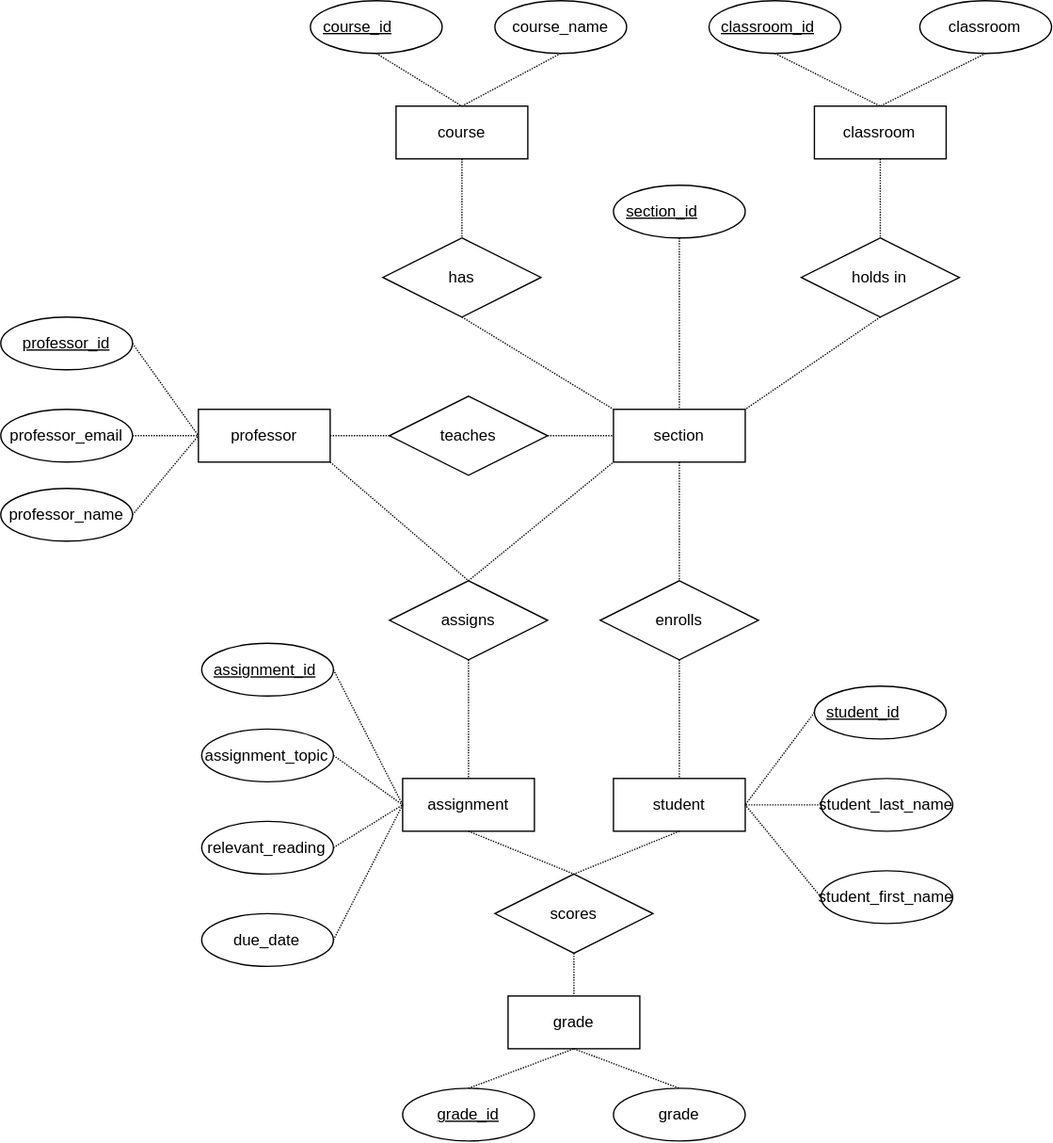
dbdesign-students-spring2024/5-database-design-shaw2065 keeps this draw.io diagram as images/ERDiagram.svg. Above is the earlier version. Source tidied: cells renumbered, new cells last; positions are measured from the earlier drawing's top-left corner, leaving out a move shared by most shapes.
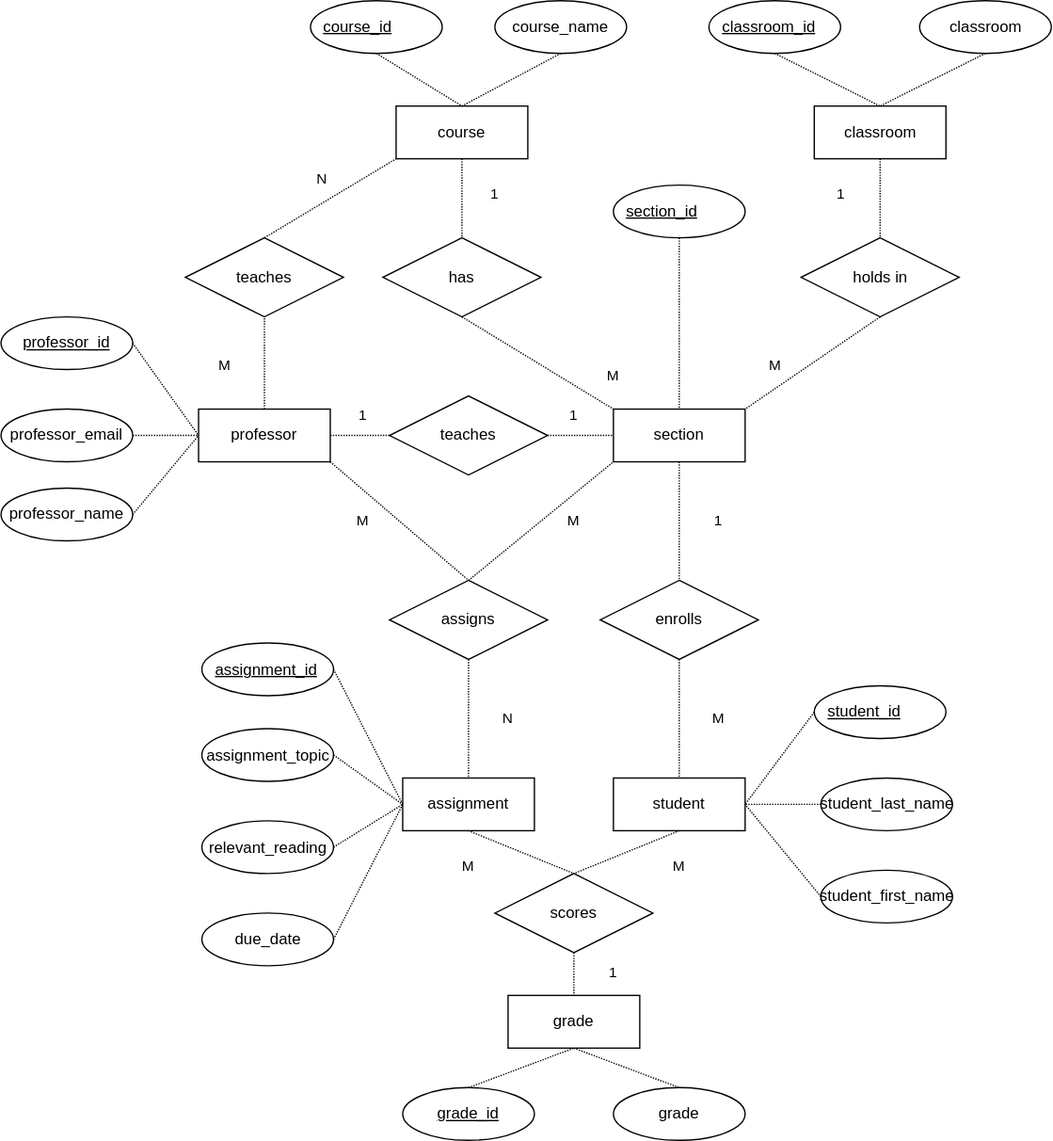
The same diagram one commit later.

Diff of the diagram source:
```diff
@@ -20,6 +20,9 @@
     <mxCell id="7" style="edgeStyle=none;rounded=0;jettySize=auto;html=1;exitX=1;exitY=1;exitDx=0;exitDy=0;entryX=0.5;entryY=0;entryDx=0;entryDy=0;dashed=1;dashPattern=1 1;strokeColor=default;align=center;verticalAlign=middle;fontFamily=Helvetica;fontSize=11;fontColor=default;labelBackgroundColor=default;endArrow=none;endFill=0;" parent="1" edge="1" source="8" target="58">
       <mxGeometry relative="1" as="geometry" />
     </mxCell>
+    <mxCell id="63" style="edgeStyle=none;rounded=0;jettySize=auto;html=1;exitX=0.5;exitY=0;exitDx=0;exitDy=0;entryX=0.5;entryY=1;entryDx=0;entryDy=0;dashed=1;dashPattern=1 1;strokeColor=default;align=center;verticalAlign=middle;fontFamily=Helvetica;fontSize=11;fontColor=default;labelBackgroundColor=default;endArrow=none;endFill=0;" parent="1" edge="1" source="8" target="65">
+      <mxGeometry relative="1" as="geometry" />
+    </mxCell>
     <mxCell id="8" value="professor" style="whiteSpace=wrap;html=1;align=center;strokeColor=#000000;fillColor=none;fontColor=default;" parent="1" vertex="1">
       <mxGeometry x="150" y="310" width="100" height="40" as="geometry" />
     </mxCell>
@@ -185,5 +188,59 @@
     <mxCell id="62" value="grade_id" style="ellipse;whiteSpace=wrap;html=1;align=center;fontStyle=4;strokeColor=#000000;fillColor=none;fontColor=default;" parent="1" vertex="1">
       <mxGeometry x="305" y="825" width="100" height="40" as="geometry" />
     </mxCell>
+    <mxCell id="64" style="edgeStyle=none;rounded=0;jettySize=auto;html=1;exitX=0.5;exitY=0;exitDx=0;exitDy=0;entryX=0;entryY=1;entryDx=0;entryDy=0;dashed=1;dashPattern=1 1;strokeColor=default;align=center;verticalAlign=middle;fontFamily=Helvetica;fontSize=11;fontColor=default;labelBackgroundColor=default;endArrow=none;endFill=0;" parent="1" edge="1" source="65" target="24">
+      <mxGeometry relative="1" as="geometry" />
+    </mxCell>
+    <mxCell id="65" value="teaches" style="shape=rhombus;perimeter=rhombusPerimeter;whiteSpace=wrap;html=1;align=center;strokeColor=#000000;fillColor=none;fontColor=default;" parent="1" vertex="1">
+      <mxGeometry x="140" y="180" width="120" height="60" as="geometry" />
+    </mxCell>
+    <mxCell id="66" value="1" style="text;html=1;align=center;verticalAlign=middle;whiteSpace=wrap;rounded=0;fontFamily=Helvetica;fontSize=11;fontColor=default;labelBackgroundColor=default;" parent="1" vertex="1">
+      <mxGeometry x="345" y="132" width="60" height="30" as="geometry" />
+    </mxCell>
+    <mxCell id="67" value="M" style="text;html=1;align=center;verticalAlign=middle;whiteSpace=wrap;rounded=0;fontFamily=Helvetica;fontSize=11;fontColor=default;labelBackgroundColor=default;" parent="1" vertex="1">
+      <mxGeometry x="140" y="262" width="60" height="30" as="geometry" />
+    </mxCell>
+    <mxCell id="68" value="N" style="text;html=1;align=center;verticalAlign=middle;whiteSpace=wrap;rounded=0;fontFamily=Helvetica;fontSize=11;fontColor=default;labelBackgroundColor=default;" parent="1" vertex="1">
+      <mxGeometry x="214" y="120" width="60" height="30" as="geometry" />
+    </mxCell>
+    <mxCell id="69" value="M" style="text;html=1;align=center;verticalAlign=middle;whiteSpace=wrap;rounded=0;fontFamily=Helvetica;fontSize=11;fontColor=default;labelBackgroundColor=default;" parent="1" vertex="1">
+      <mxGeometry x="435" y="270" width="60" height="30" as="geometry" />
+    </mxCell>
+    <mxCell id="70" value="1" style="text;html=1;align=center;verticalAlign=middle;whiteSpace=wrap;rounded=0;fontFamily=Helvetica;fontSize=11;fontColor=default;labelBackgroundColor=default;" parent="1" vertex="1">
+      <mxGeometry x="245" y="300" width="60" height="30" as="geometry" />
+    </mxCell>
+    <mxCell id="71" value="1" style="text;html=1;align=center;verticalAlign=middle;whiteSpace=wrap;rounded=0;fontFamily=Helvetica;fontSize=11;fontColor=default;labelBackgroundColor=default;" parent="1" vertex="1">
+      <mxGeometry x="405" y="300" width="60" height="30" as="geometry" />
+    </mxCell>
+    <mxCell id="72" value="M" style="text;html=1;align=center;verticalAlign=middle;whiteSpace=wrap;rounded=0;fontFamily=Helvetica;fontSize=11;fontColor=default;labelBackgroundColor=default;" parent="1" vertex="1">
+      <mxGeometry x="557.5" y="262" width="60" height="30" as="geometry" />
+    </mxCell>
+    <mxCell id="73" value="1" style="text;html=1;align=center;verticalAlign=middle;whiteSpace=wrap;rounded=0;fontFamily=Helvetica;fontSize=11;fontColor=default;labelBackgroundColor=default;" parent="1" vertex="1">
+      <mxGeometry x="607.5" y="132" width="60" height="30" as="geometry" />
+    </mxCell>
+    <mxCell id="74" value="M" style="text;html=1;align=center;verticalAlign=middle;whiteSpace=wrap;rounded=0;fontFamily=Helvetica;fontSize=11;fontColor=default;labelBackgroundColor=default;" parent="1" vertex="1">
+      <mxGeometry x="245" y="380" width="60" height="30" as="geometry" />
+    </mxCell>
+    <mxCell id="75" value="M" style="text;html=1;align=center;verticalAlign=middle;whiteSpace=wrap;rounded=0;fontFamily=Helvetica;fontSize=11;fontColor=default;labelBackgroundColor=default;" parent="1" vertex="1">
+      <mxGeometry x="405" y="380" width="60" height="30" as="geometry" />
+    </mxCell>
+    <mxCell id="76" value="M" style="text;html=1;align=center;verticalAlign=middle;whiteSpace=wrap;rounded=0;fontFamily=Helvetica;fontSize=11;fontColor=default;labelBackgroundColor=default;" parent="1" vertex="1">
+      <mxGeometry x="515" y="530" width="60" height="30" as="geometry" />
+    </mxCell>
+    <mxCell id="77" value="1" style="text;html=1;align=center;verticalAlign=middle;whiteSpace=wrap;rounded=0;fontFamily=Helvetica;fontSize=11;fontColor=default;labelBackgroundColor=default;" parent="1" vertex="1">
+      <mxGeometry x="515" y="380" width="60" height="30" as="geometry" />
+    </mxCell>
+    <mxCell id="78" value="N" style="text;html=1;align=center;verticalAlign=middle;whiteSpace=wrap;rounded=0;fontFamily=Helvetica;fontSize=11;fontColor=default;labelBackgroundColor=default;" parent="1" vertex="1">
+      <mxGeometry x="355" y="530" width="60" height="30" as="geometry" />
+    </mxCell>
+    <mxCell id="79" value="1" style="text;html=1;align=center;verticalAlign=middle;whiteSpace=wrap;rounded=0;fontFamily=Helvetica;fontSize=11;fontColor=default;labelBackgroundColor=default;" parent="1" vertex="1">
+      <mxGeometry x="435" y="722.5" width="60" height="30" as="geometry" />
+    </mxCell>
+    <mxCell id="80" value="M" style="text;html=1;align=center;verticalAlign=middle;whiteSpace=wrap;rounded=0;fontFamily=Helvetica;fontSize=11;fontColor=default;labelBackgroundColor=default;" parent="1" vertex="1">
+      <mxGeometry x="325" y="642" width="60" height="30" as="geometry" />
+    </mxCell>
+    <mxCell id="81" value="M" style="text;html=1;align=center;verticalAlign=middle;whiteSpace=wrap;rounded=0;fontFamily=Helvetica;fontSize=11;fontColor=default;labelBackgroundColor=default;" parent="1" vertex="1">
+      <mxGeometry x="485" y="642" width="60" height="30" as="geometry" />
+    </mxCell>
   </root>
 </mxGraphModel>
```
